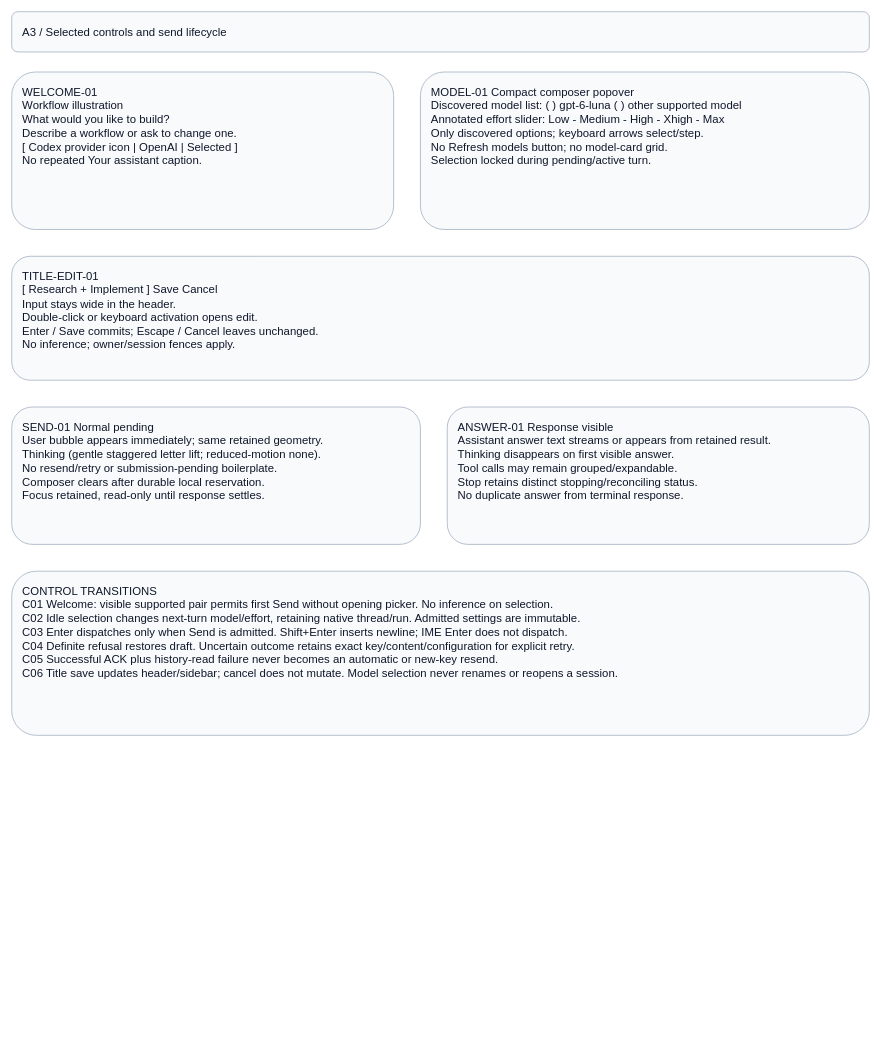
amadou-6e/specs keeps this draw.io diagram as page "A3 - Composer and title controls" (3 of 4) of projects/laomedo/subsystems/agent-execution/design/application-assistant.drawio. Above is the earlier version. Source tidied: cells renumbered, new cells numbered last; positions are measured from the earlier drawing's top-left corner, leaving out a move shared by most shapes. Both pictures are drawn from the tidied source at 67%, with x=0, y=0 at pixel (11, 11).
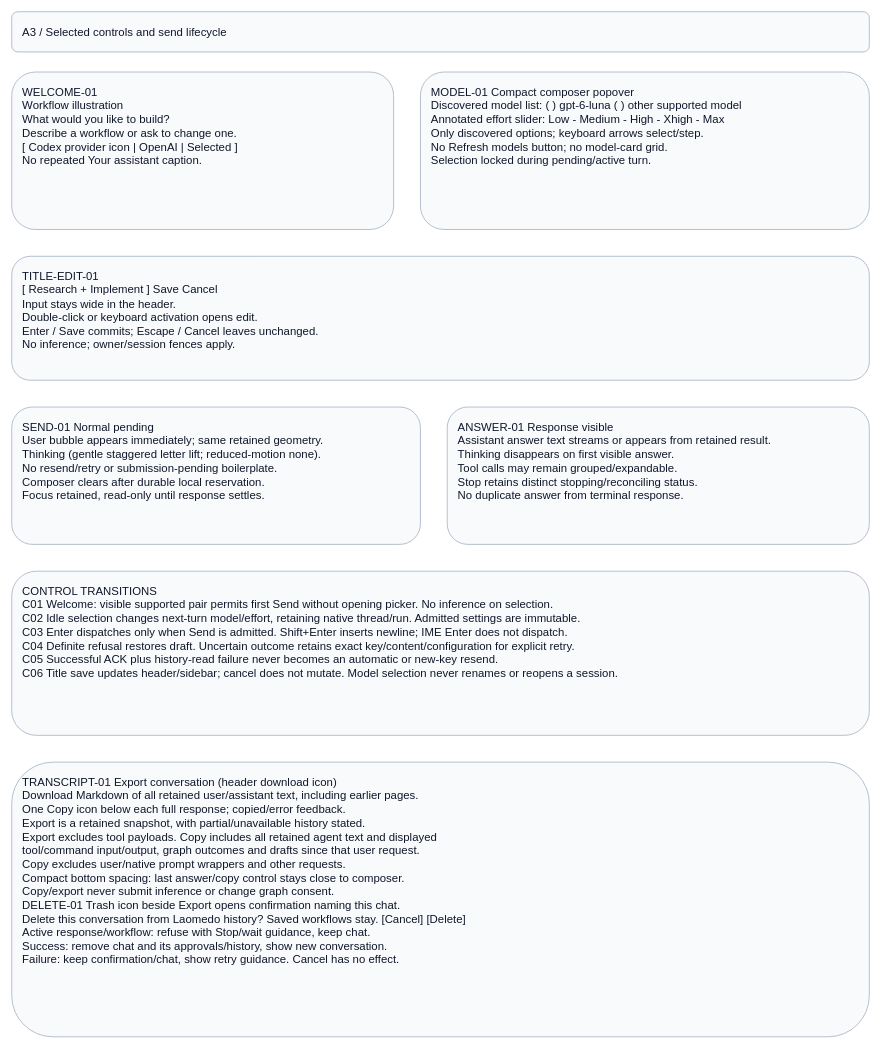
The same page after the edit.

Commit message (it also covers changes not shown here):
Specify human-approved assistant graph edits and runs (#431)

Change to the diagram source:
```diff
@@
 <mxGraphModel>
   <root>
     <mxCell id="0" />
     <mxCell id="1" parent="0" />
     <mxCell id="2" value="A3 / Selected controls and send lifecycle" style="rounded=1;whiteSpace=wrap;html=0;fillColor=#f8fafc;strokeColor=#94a3b8;fontColor=#0f172a;fontFamily=Arial;fontSize=17;align=left;verticalAlign=top;spacing=16;" parent="1" vertex="1">
       <mxGeometry width="1280" height="60" as="geometry" />
     </mxCell>
     <mxCell id="3" value="WELCOME-01&#10;Workflow illustration&#10;What would you like to build?&#10;Describe a workflow or ask to change one.&#10;[ Codex provider icon | OpenAI | Selected ]&#10;No repeated Your assistant caption." style="rounded=1;whiteSpace=wrap;html=0;fillColor=#f8fafc;strokeColor=#94a3b8;fontColor=#0f172a;fontFamily=Arial;fontSize=17;align=left;verticalAlign=top;spacing=16;" parent="1" vertex="1">
       <mxGeometry y="90" width="570" height="235" as="geometry" />
     </mxCell>
     <mxCell id="4" value="MODEL-01  Compact composer popover&#10;Discovered model list: ( ) gpt-6-luna  ( ) other supported model&#10;Annotated effort slider: Low - Medium - High - Xhigh - Max&#10;Only discovered options; keyboard arrows select/step.&#10;No Refresh models button; no model-card grid.&#10;Selection locked during pending/active turn." style="rounded=1;whiteSpace=wrap;html=0;fillColor=#f8fafc;strokeColor=#94a3b8;fontColor=#0f172a;fontFamily=Arial;fontSize=17;align=left;verticalAlign=top;spacing=16;" parent="1" vertex="1">
       <mxGeometry x="610" y="90" width="670" height="235" as="geometry" />
     </mxCell>
     <mxCell id="5" value="TITLE-EDIT-01&#10;[ Research + Implement                               ] Save  Cancel&#10;Input stays wide in the header.&#10;Double-click or keyboard activation opens edit.&#10;Enter / Save commits; Escape / Cancel leaves unchanged.&#10;No inference; owner/session fences apply." style="rounded=1;whiteSpace=wrap;html=0;fillColor=#f8fafc;strokeColor=#94a3b8;fontColor=#0f172a;fontFamily=Arial;fontSize=17;align=left;verticalAlign=top;spacing=16;" parent="1" vertex="1">
       <mxGeometry y="365" width="1280" height="185" as="geometry" />
     </mxCell>
     <mxCell id="6" value="SEND-01  Normal pending&#10;User bubble appears immediately; same retained geometry.&#10;Thinking (gentle staggered letter lift; reduced-motion none).&#10;No resend/retry or submission-pending boilerplate.&#10;Composer clears after durable local reservation.&#10;Focus retained, read-only until response settles." style="rounded=1;whiteSpace=wrap;html=0;fillColor=#f8fafc;strokeColor=#94a3b8;fontColor=#0f172a;fontFamily=Arial;fontSize=17;align=left;verticalAlign=top;spacing=16;" parent="1" vertex="1">
       <mxGeometry y="590" width="610" height="205" as="geometry" />
     </mxCell>
     <mxCell id="7" value="ANSWER-01  Response visible&#10;Assistant answer text streams or appears from retained result.&#10;Thinking disappears on first visible answer.&#10;Tool calls may remain grouped/expandable.&#10;Stop retains distinct stopping/reconciling status.&#10;No duplicate answer from terminal response." style="rounded=1;whiteSpace=wrap;html=0;fillColor=#f8fafc;strokeColor=#94a3b8;fontColor=#0f172a;fontFamily=Arial;fontSize=17;align=left;verticalAlign=top;spacing=16;" parent="1" vertex="1">
       <mxGeometry x="650" y="590" width="630" height="205" as="geometry" />
     </mxCell>
     <mxCell id="8" value="CONTROL TRANSITIONS&#10;C01 Welcome: visible supported pair permits first Send without opening picker. No inference on selection.&#10;C02 Idle selection changes next-turn model/effort, retaining native thread/run. Admitted settings are immutable.&#10;C03 Enter dispatches only when Send is admitted. Shift+Enter inserts newline; IME Enter does not dispatch.&#10;C04 Definite refusal restores draft. Uncertain outcome retains exact key/content/configuration for explicit retry.&#10;C05 Successful ACK plus history-read failure never becomes an automatic or new-key resend.&#10;C06 Title save updates header/sidebar; cancel does not mutate. Model selection never renames or reopens a session." style="rounded=1;whiteSpace=wrap;html=0;fillColor=#f8fafc;strokeColor=#94a3b8;fontColor=#0f172a;fontFamily=Arial;fontSize=17;align=left;verticalAlign=top;spacing=16;" parent="1" vertex="1">
       <mxGeometry y="835" width="1280" height="245" as="geometry" />
     </mxCell>
+    <mxCell id="9" value="TRANSCRIPT-01  Export conversation (header download icon)&#10;Download Markdown of all retained user/assistant text, including earlier pages.&#10;One Copy icon below each full response; copied/error feedback.&#10;Export is a retained snapshot, with partial/unavailable history stated.&#10;Export excludes tool payloads. Copy includes all retained agent text and displayed&#10;tool/command input/output, graph outcomes and drafts since that user request.&#10;Copy excludes user/native prompt wrappers and other requests.&#10;Compact bottom spacing: last answer/copy control stays close to composer.&#10;Copy/export never submit inference or change graph consent.&#10;DELETE-01  Trash icon beside Export opens confirmation naming this chat.&#10;Delete this conversation from Laomedo history? Saved workflows stay. [Cancel] [Delete]&#10;Active response/workflow: refuse with Stop/wait guidance, keep chat.&#10;Success: remove chat and its approvals/history, show new conversation.&#10;Failure: keep confirmation/chat, show retry guidance. Cancel has no effect." style="rounded=1;whiteSpace=wrap;html=0;fillColor=#f8fafc;strokeColor=#94a3b8;fontColor=#0f172a;fontFamily=Arial;fontSize=17;align=left;verticalAlign=top;spacing=16;" parent="1" vertex="1">
+      <mxGeometry y="1120" width="1280" height="410" as="geometry" />
+    </mxCell>
   </root>
 </mxGraphModel>
```
